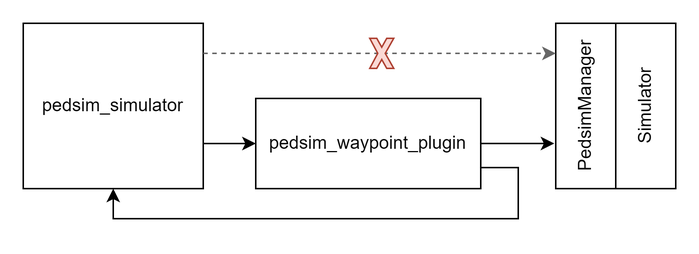
Earlier version of the draw.io export docs/packages/pedsim_waypoint_plugin/architecture.png (Arena-Rosnav/.github). Source tidied: cells renumbered, new cells last; positions are measured from the earlier drawing's top-left corner, leaving out a move shared by most shapes.
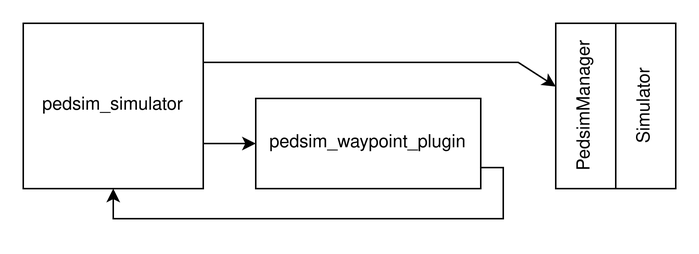
After the commit.

Commit message:
tweaks for physical model

Change to the diagram source:
```diff
@@ -2,10 +2,7 @@
   <root>
     <mxCell id="0" />
     <mxCell id="1" parent="0" />
-    <mxCell id="2" style="group;" parent="1" vertex="1">
-      <mxGeometry width="435" height="110" as="geometry" />
-    </mxCell>
-    <mxCell id="3" style="edgeStyle=orthogonalEdgeStyle;rounded=0;jettySize=auto;html=1;" parent="2" edge="1" source="4" target="7">
+    <mxCell id="3" style="edgeStyle=orthogonalEdgeStyle;rounded=0;jettySize=auto;html=1;" parent="1" edge="1" source="4" target="7">
       <mxGeometry relative="1" as="geometry">
         <Array as="points">
           <mxPoint x="130" y="80" />
@@ -13,40 +10,33 @@
         </Array>
       </mxGeometry>
     </mxCell>
+    <mxCell id="9" style="rounded=0;jettySize=auto;html=1;edgeStyle=orthogonalEdgeStyle;" parent="1" edge="1" source="4" target="8">
+      <mxGeometry relative="1" as="geometry">
+        <Array as="points">
+          <mxPoint x="330" y="26" />
+        </Array>
+      </mxGeometry>
+    </mxCell>
-    <mxCell id="4" value="pedsim_simulator" style="rounded=0;whiteSpace=wrap;html=1;" parent="2" vertex="1">
+    <mxCell id="4" value="pedsim_simulator" style="rounded=0;whiteSpace=wrap;html=1;" parent="1" vertex="1">
       <mxGeometry width="120" height="110" as="geometry" />
     </mxCell>
-    <mxCell id="5" value="Simulator" style="rounded=0;whiteSpace=wrap;html=1;direction=west;rotation=270;" parent="2" vertex="1">
+    <mxCell id="5" value="Simulator" style="rounded=0;whiteSpace=wrap;html=1;direction=west;rotation=270;" parent="1" vertex="1">
       <mxGeometry x="360" y="35" width="110" height="40" as="geometry" />
     </mxCell>
-    <mxCell id="6" style="edgeStyle=orthogonalEdgeStyle;rounded=0;jettySize=auto;html=1;entryX=0.5;entryY=1;entryDx=0;entryDy=0;" parent="2" edge="1" source="7" target="4">
+    <mxCell id="6" style="edgeStyle=orthogonalEdgeStyle;rounded=0;jettySize=auto;html=1;entryX=0.5;entryY=1;entryDx=0;entryDy=0;" parent="1" edge="1" source="7" target="4">
       <mxGeometry relative="1" as="geometry">
         <Array as="points">
-          <mxPoint x="330" y="96" />
-          <mxPoint x="330" y="130" />
+          <mxPoint x="320" y="96" />
+          <mxPoint x="320" y="130" />
           <mxPoint x="60" y="130" />
         </Array>
       </mxGeometry>
     </mxCell>
-    <mxCell id="7" value="pedsim_waypoint_plugin" style="rounded=0;whiteSpace=wrap;html=1;" parent="2" vertex="1">
+    <mxCell id="7" value="pedsim_waypoint_plugin" style="rounded=0;whiteSpace=wrap;html=1;" parent="1" vertex="1">
       <mxGeometry x="155" y="50" width="150" height="60" as="geometry" />
     </mxCell>
-    <mxCell id="8" value="PedsimManager" style="rounded=0;whiteSpace=wrap;html=1;direction=west;rotation=270;" parent="2" vertex="1">
+    <mxCell id="8" value="PedsimManager" style="rounded=0;whiteSpace=wrap;html=1;direction=west;rotation=270;" parent="1" vertex="1">
       <mxGeometry x="320" y="35" width="110" height="40" as="geometry" />
     </mxCell>
-    <mxCell id="9" style="edgeStyle=orthogonalEdgeStyle;rounded=0;jettySize=auto;html=1;dashed=1;fillColor=#f5f5f5;strokeColor=#666666;entryX=0.182;entryY=1;entryDx=0;entryDy=0;entryPerimeter=0;" parent="2" edge="1" source="4" target="8">
-      <mxGeometry relative="1" as="geometry">
-        <Array as="points">
-          <mxPoint x="160" y="20" />
-          <mxPoint x="160" y="20" />
-        </Array>
-      </mxGeometry>
-    </mxCell>
-    <mxCell id="10" style="edgeStyle=orthogonalEdgeStyle;rounded=0;jettySize=auto;html=1;entryX=0.727;entryY=1.024;entryDx=0;entryDy=0;entryPerimeter=0;" parent="2" edge="1" source="7" target="8">
-      <mxGeometry relative="1" as="geometry" />
-    </mxCell>
-    <mxCell id="11" style="verticalLabelPosition=bottom;verticalAlign=top;html=1;shape=mxgraph.basic.x;fillColor=#fad9d5;strokeColor=#ae4132;" parent="2" vertex="1">
-      <mxGeometry x="231" y="10" width="16" height="20" as="geometry" />
-    </mxCell>
   </root>
 </mxGraphModel>
```
